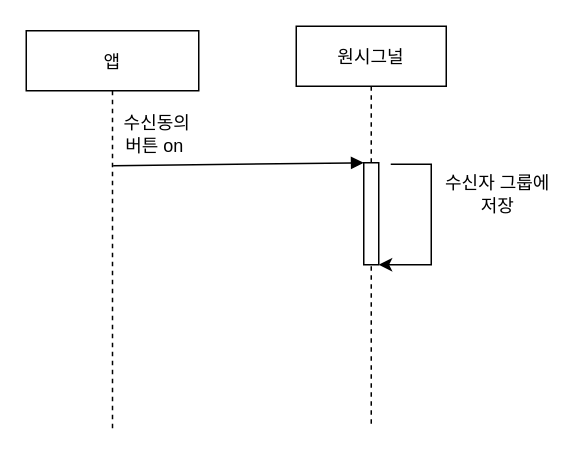
This is Untitled Diagram.drawio from seongjin17/test, a draw.io file, before an edit. Source tidied: cells renumbered, new cells numbered last; positions are measured from the earlier drawing's top-left corner, leaving out a move shared by most shapes. Both pictures are drawn from the tidied source at 150%, with x=0, y=0 at pixel (26, 26).
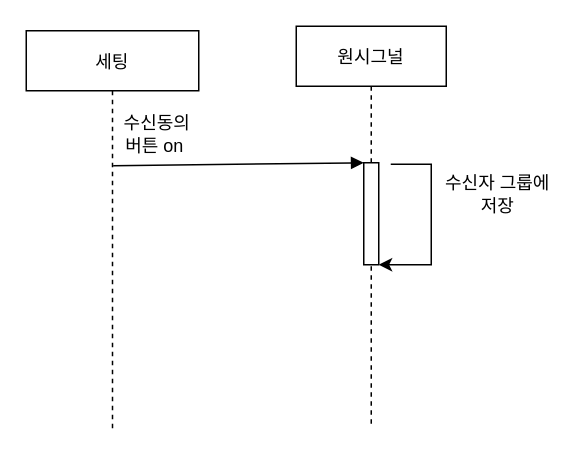
The same page after the edit.

The edit, as a diff of the source:
```diff
@@
 <mxGraphModel>
   <root>
     <mxCell id="0" />
     <mxCell id="1" parent="0" />
-    <mxCell id="2" value="앱" style="shape=umlLifeline;perimeter=lifelinePerimeter;rounded=0;shadow=0;strokeWidth=1;" parent="1" vertex="1">
+    <mxCell id="2" value="세팅" style="shape=umlLifeline;perimeter=lifelinePerimeter;rounded=0;shadow=0;strokeWidth=1;" parent="1" vertex="1">
       <mxGeometry y="3" width="115" height="267" as="geometry" />
     </mxCell>
     <mxCell id="3" value="수신동의 버튼 on&amp;nbsp;" style="text;html=1;strokeColor=none;fillColor=none;align=center;verticalAlign=middle;whiteSpace=wrap;rounded=0;" parent="2" vertex="1">
       <mxGeometry x="59" y="54" width="57" height="30" as="geometry" />
     </mxCell>
     <mxCell id="4" value="원시그널" style="shape=umlLifeline;perimeter=lifelinePerimeter;rounded=0;shadow=0;strokeWidth=1;" parent="1" vertex="1">
       <mxGeometry x="180" width="100" height="267" as="geometry" />
     </mxCell>
     <mxCell id="5" style="points=[];perimeter=orthogonalPerimeter;rounded=0;shadow=0;strokeWidth=1;" parent="4" vertex="1">
       <mxGeometry x="45" y="91" width="10" height="68" as="geometry" />
     </mxCell>
     <mxCell id="6" style="endArrow=classic;html=1;rounded=0;" parent="4" edge="1">
       <mxGeometry relative="1" as="geometry">
         <mxPoint x="63" y="92" as="sourcePoint" />
         <mxPoint x="55" y="159" as="targetPoint" />
         <Array as="points">
           <mxPoint x="90" y="92" />
           <mxPoint x="90" y="159" />
         </Array>
       </mxGeometry>
     </mxCell>
     <mxCell id="7" style="verticalAlign=bottom;endArrow=block;entryX=0;entryY=0;shadow=0;strokeWidth=1;exitX=0.504;exitY=0.337;exitDx=0;exitDy=0;exitPerimeter=0;" parent="1" edge="1" source="2" target="5">
       <mxGeometry relative="1" as="geometry" />
     </mxCell>
     <mxCell id="8" value="수신자 그룹에 저장" style="text;html=1;strokeColor=none;fillColor=none;align=center;verticalAlign=middle;whiteSpace=wrap;rounded=0;" parent="1" vertex="1">
       <mxGeometry x="273" y="97" width="83" height="30" as="geometry" />
     </mxCell>
   </root>
 </mxGraphModel>
```
